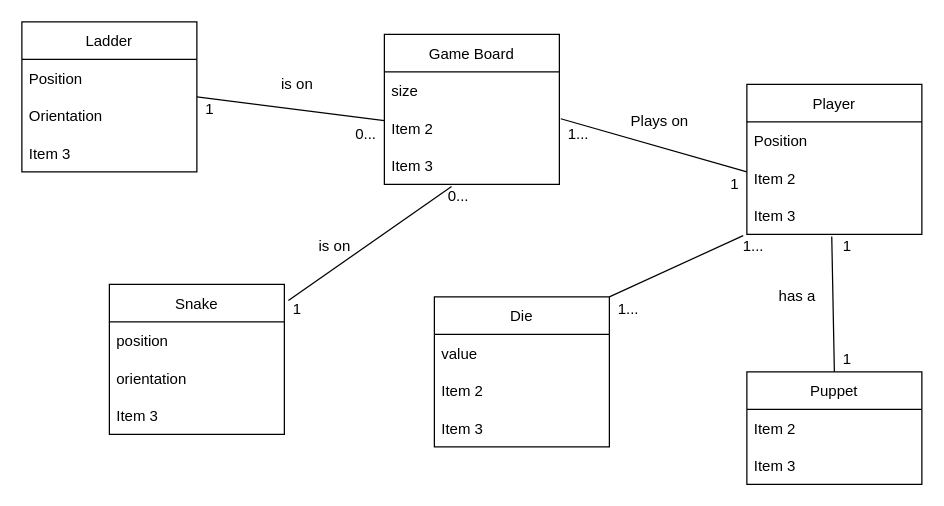
Earlier version of the draw.io diagram Untitled Diagram.drawio (JDem13/SWEN30006Project1). Source tidied: cells renumbered, new cells numbered last; positions are measured from the earlier drawing's top-left corner, leaving out a move shared by most shapes. Both pictures are drawn from the tidied source at 125%, with x=0, y=0 at pixel (21, 21).
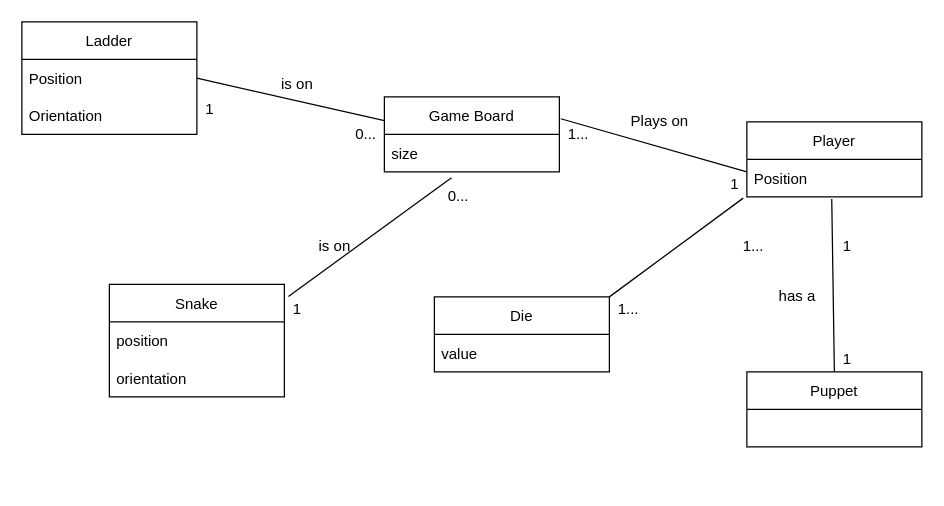
Above is the later version.

The change refers to these unchanged cells:
```xml
<mxCell id="42" value="0..." style="text;html=1;align=center;verticalAlign=middle;points=[];strokeColor=none;fillColor=none;" parent="1" vertex="1">
  <mxGeometry x="334" y="130" width="30" height="20" as="geometry" />
</mxCell>
```

Diff of the diagram source:
```diff
@@
     <mxCell id="2" value="Game Board" style="swimlane;fontStyle=0;horizontal=1;startSize=30;" parent="1" vertex="1">
-      <mxGeometry x="290" y="10" width="140" height="120" as="geometry" />
+      <mxGeometry x="290" y="60" width="140" height="60" as="geometry" />
     </mxCell>
@@
-    <mxCell id="4" value="Item 2" style="text;strokeColor=none;fillColor=none;align=left;verticalAlign=middle;spacingLeft=4;spacingRight=4;overflow=hidden;points=[[0,0.5],[1,0.5]];portConstraint=eastwest;" parent="2" vertex="1">
-      <mxGeometry y="60" width="140" height="30" as="geometry" />
-    </mxCell>
-    <mxCell id="5" value="Item 3" style="text;strokeColor=none;fillColor=none;align=left;verticalAlign=middle;spacingLeft=4;spacingRight=4;overflow=hidden;points=[[0,0.5],[1,0.5]];portConstraint=eastwest;" parent="2" vertex="1">
-      <mxGeometry y="90" width="140" height="30" as="geometry" />
-    </mxCell>
     <mxCell id="6" value="Snake" style="swimlane;fontStyle=0;horizontal=1;startSize=30;" parent="1" vertex="1">
-      <mxGeometry x="70" y="210" width="140" height="120" as="geometry" />
+      <mxGeometry x="70" y="210" width="140" height="90" as="geometry" />
     </mxCell>
@@
-    <mxCell id="9" value="Item 3" style="text;strokeColor=none;fillColor=none;align=left;verticalAlign=middle;spacingLeft=4;spacingRight=4;overflow=hidden;" parent="6" vertex="1">
-      <mxGeometry y="90" width="140" height="30" as="geometry" />
-    </mxCell>
     <mxCell id="10" value="Ladder" style="swimlane;fontStyle=0;horizontal=1;startSize=30;" parent="1" vertex="1">
-      <mxGeometry width="140" height="120" as="geometry" />
+      <mxGeometry width="140" height="90" as="geometry" />
     </mxCell>
@@
-    <mxCell id="13" value="Item 3" style="text;strokeColor=none;fillColor=none;align=left;verticalAlign=middle;spacingLeft=4;spacingRight=4;overflow=hidden;" parent="10" vertex="1">
-      <mxGeometry y="90" width="140" height="30" as="geometry" />
-    </mxCell>
     <mxCell id="14" value="Player" style="swimlane;fontStyle=0;horizontal=1;startSize=30;" parent="1" vertex="1">
-      <mxGeometry x="580" y="50" width="140" height="120" as="geometry" />
+      <mxGeometry x="580" y="80" width="140" height="60" as="geometry" />
     </mxCell>
@@
-    <mxCell id="16" value="Item 2" style="text;strokeColor=none;fillColor=none;align=left;verticalAlign=middle;spacingLeft=4;spacingRight=4;overflow=hidden;" parent="14" vertex="1">
-      <mxGeometry y="60" width="140" height="30" as="geometry" />
-    </mxCell>
-    <mxCell id="17" value="Item 3" style="text;strokeColor=none;fillColor=none;align=left;verticalAlign=middle;spacingLeft=4;spacingRight=4;overflow=hidden;points=[[0,0.5],[1,0.5]];portConstraint=eastwest;" parent="14" vertex="1">
-      <mxGeometry y="90" width="140" height="30" as="geometry" />
-    </mxCell>
     <mxCell id="18" value="Die" style="swimlane;fontStyle=0;horizontal=1;startSize=30;" parent="1" vertex="1">
-      <mxGeometry x="330" y="220" width="140" height="120" as="geometry" />
+      <mxGeometry x="330" y="220" width="140" height="60" as="geometry" />
     </mxCell>
@@
-    <mxCell id="20" value="Item 2" style="text;strokeColor=none;fillColor=none;align=left;verticalAlign=middle;spacingLeft=4;spacingRight=4;overflow=hidden;" parent="18" vertex="1">
-      <mxGeometry y="60" width="140" height="30" as="geometry" />
-    </mxCell>
-    <mxCell id="21" value="Item 3" style="text;strokeColor=none;fillColor=none;align=left;verticalAlign=middle;spacingLeft=4;spacingRight=4;overflow=hidden;" parent="18" vertex="1">
-      <mxGeometry y="90" width="140" height="30" as="geometry" />
-    </mxCell>
-    <mxCell id="22" style="endArrow=none;html=1;rounded=0;entryX=1.008;entryY=0.25;entryDx=0;entryDy=0;entryPerimeter=0;" parent="1" edge="1" target="4">
+    <mxCell id="22" style="endArrow=none;html=1;rounded=0;entryX=1.008;entryY=0.25;entryDx=0;entryDy=0;entryPerimeter=0;" parent="1" edge="1">
       <mxGeometry relative="1" as="geometry">
         <mxPoint x="580" y="120" as="sourcePoint" />
+        <mxPoint x="431.1" y="77.5" as="targetPoint" />
       </mxGeometry>
     </mxCell>
@@
     <mxCell id="25" value="Puppet" style="swimlane;fontStyle=0;horizontal=1;startSize=30;" parent="1" vertex="1">
-      <mxGeometry x="580" y="280" width="140" height="90" as="geometry" />
+      <mxGeometry x="580" y="280" width="140" height="60" as="geometry" />
     </mxCell>
-    <mxCell id="26" value="Item 2" style="text;strokeColor=none;fillColor=none;align=left;verticalAlign=middle;spacingLeft=4;spacingRight=4;overflow=hidden;" parent="25" vertex="1">
-      <mxGeometry y="30" width="140" height="30" as="geometry" />
-    </mxCell>
-    <mxCell id="27" value="Item 3" style="text;strokeColor=none;fillColor=none;align=left;verticalAlign=middle;spacingLeft=4;spacingRight=4;overflow=hidden;" parent="25" vertex="1">
-      <mxGeometry y="60" width="140" height="30" as="geometry" />
-    </mxCell>
-    <mxCell id="28" style="endArrow=none;html=1;rounded=0;entryX=0.485;entryY=1.056;entryDx=0;entryDy=0;entryPerimeter=0;exitX=0.5;exitY=0;exitDx=0;exitDy=0;" parent="1" edge="1" source="25" target="17">
-      <mxGeometry relative="1" as="geometry" />
+    <mxCell id="28" style="endArrow=none;html=1;rounded=0;entryX=0.485;entryY=1.056;entryDx=0;entryDy=0;entryPerimeter=0;exitX=0.5;exitY=0;exitDx=0;exitDy=0;" parent="1" edge="1" source="25">
+      <mxGeometry relative="1" as="geometry">
+        <mxPoint x="647.9" y="141.7" as="targetPoint" />
+      </mxGeometry>
     </mxCell>
@@
-    <mxCell id="33" style="endArrow=none;html=1;rounded=0;entryX=0;entryY=0.3;entryDx=0;entryDy=0;entryPerimeter=0;exitX=1;exitY=0.5;exitDx=0;exitDy=0;" parent="1" edge="1" source="10" target="4">
-      <mxGeometry relative="1" as="geometry" />
+    <mxCell id="33" style="endArrow=none;html=1;rounded=0;entryX=0;entryY=0.3;entryDx=0;entryDy=0;entryPerimeter=0;exitX=1;exitY=0.5;exitDx=0;exitDy=0;" parent="1" edge="1" source="10">
+      <mxGeometry relative="1" as="geometry">
+        <mxPoint x="290" y="79" as="targetPoint" />
+      </mxGeometry>
     </mxCell>
@@
-    <mxCell id="37" style="endArrow=none;html=1;rounded=0;entryX=-0.021;entryY=1.033;entryDx=0;entryDy=0;entryPerimeter=0;exitX=1;exitY=0;exitDx=0;exitDy=0;" parent="1" edge="1" source="18" target="17">
-      <mxGeometry relative="1" as="geometry" />
+    <mxCell id="37" style="endArrow=none;html=1;rounded=0;entryX=-0.021;entryY=1.033;entryDx=0;entryDy=0;entryPerimeter=0;exitX=1;exitY=0;exitDx=0;exitDy=0;" parent="1" edge="1" source="18">
+      <mxGeometry relative="1" as="geometry">
+        <mxPoint x="577.1" y="141" as="targetPoint" />
+      </mxGeometry>
     </mxCell>
@@
-    <mxCell id="40" style="endArrow=none;html=1;rounded=0;entryX=0.384;entryY=1.054;entryDx=0;entryDy=0;entryPerimeter=0;exitX=1.023;exitY=0.108;exitDx=0;exitDy=0;exitPerimeter=0;" parent="1" edge="1" source="6" target="5">
+    <mxCell id="40" style="endArrow=none;html=1;rounded=0;entryX=0.324;entryY=-0.268;entryDx=0;entryDy=0;entryPerimeter=0;exitX=1.023;exitY=0.108;exitDx=0;exitDy=0;exitPerimeter=0;" parent="1" edge="1" source="6" target="42">
       <mxGeometry relative="1" as="geometry" />
     </mxCell>
```
